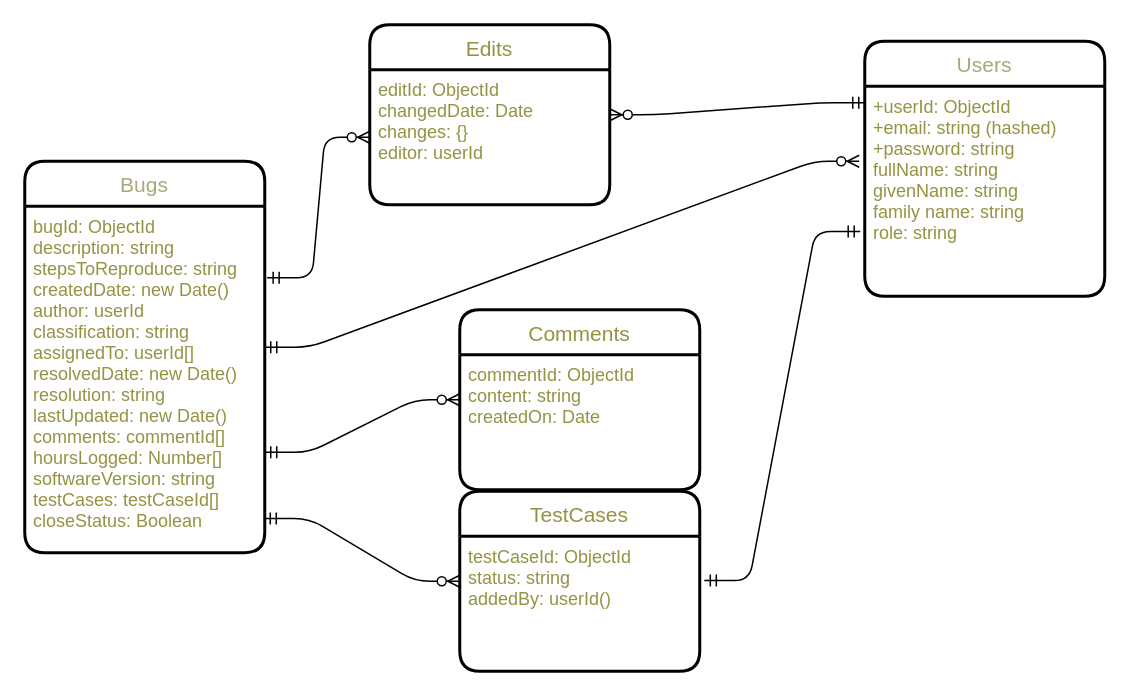
Earlier version of the draw.io diagram Labs/LAB02-02/ERD/erd.drawio (AntoineCrenshaw/Crenshaw-Issue-Tracker). Source tidied: cells renumbered, new cells numbered last; positions are measured from the earlier drawing's top-left corner, leaving out a move shared by most shapes. Both pictures are drawn from the tidied source at 150%, with x=0, y=0 at pixel (24, 24).
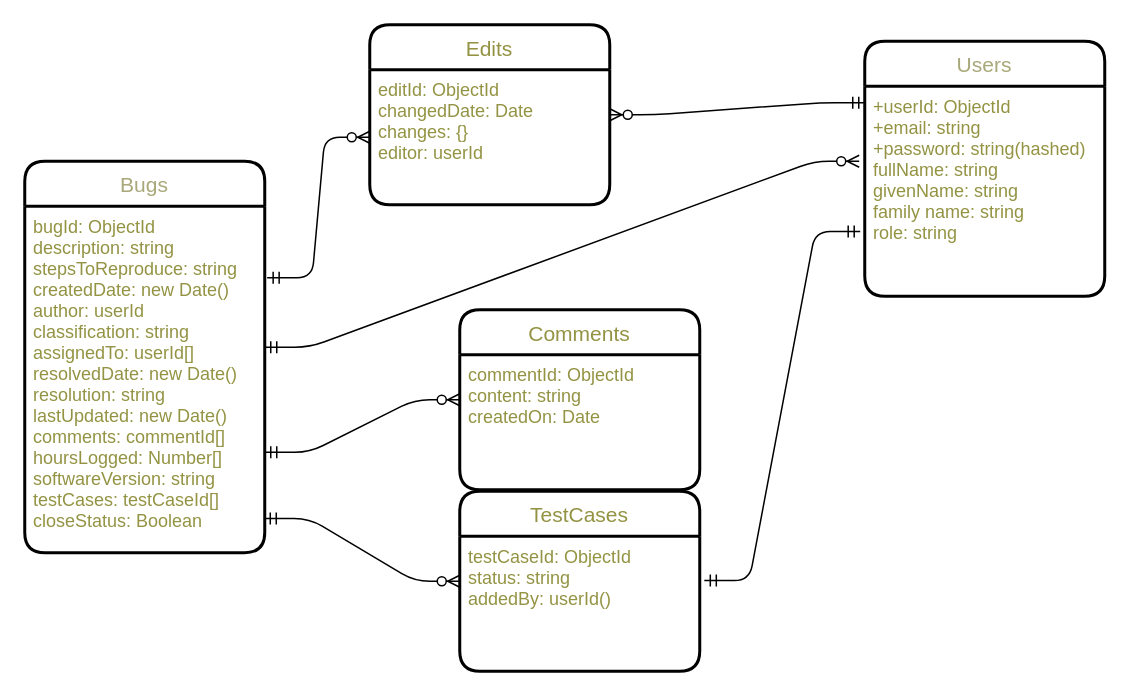
The same diagram, later.

Change to the diagram source:
```diff
@@
 <mxGraphModel>
   <root>
     <mxCell id="0" />
     <mxCell id="1" parent="0" />
     <mxCell id="2" value="Users" style="swimlane;horizontal=1;startSize=30;rounded=1;fontSize=14;fontStyle=0;strokeWidth=2;shadow=0;dashed=0;align=center;glass=0;fontColor=#a8a87a;" parent="1" vertex="1">
       <mxGeometry x="560" y="11" width="160" height="170" as="geometry" />
     </mxCell>
-    <mxCell id="3" value="+userId: ObjectId&#10;+email: string (hashed)&#10;+password: string&#10;fullName: string&#10;givenName: string&#10;family name: string&#10;role: string" style="align=left;strokeColor=none;fillColor=none;spacingLeft=4;fontSize=12;verticalAlign=top;rounded=0;glass=0;fontColor=#939343;" parent="2" vertex="1">
+    <mxCell id="3" value="+userId: ObjectId&#10;+email: string &#10;+password: string(hashed)&#10;fullName: string&#10;givenName: string&#10;family name: string&#10;role: string" style="align=left;strokeColor=none;fillColor=none;spacingLeft=4;fontSize=12;verticalAlign=top;rounded=0;glass=0;fontColor=#939343;" parent="2" vertex="1">
       <mxGeometry y="30" width="160" height="140" as="geometry" />
     </mxCell>
     <mxCell id="4" value="Bugs" style="swimlane;horizontal=1;startSize=30;rounded=1;fontSize=14;fontStyle=0;strokeWidth=2;shadow=0;dashed=0;align=center;glass=0;fontColor=#a8a87a;" parent="1" vertex="1">
       <mxGeometry y="91" width="160" height="261" as="geometry" />
     </mxCell>
     <mxCell id="5" value="bugId: ObjectId&#10;description: string&#10;stepsToReproduce: string&#10;createdDate: new Date()&#10;author: userId&#10;classification: string&#10;assignedTo: userId[]&#10;resolvedDate: new Date()&#10;resolution: string&#10;lastUpdated: new Date()&#10;comments: commentId[]&#10;hoursLogged: Number[]&#10;softwareVersion: string&#10;testCases: testCaseId[]&#10;closeStatus: Boolean&#10;" style="align=left;strokeColor=none;fillColor=none;spacingLeft=4;fontSize=12;verticalAlign=top;rounded=0;glass=0;fontColor=#939343;" parent="4" vertex="1">
       <mxGeometry y="30" width="160" height="231" as="geometry" />
     </mxCell>
     <mxCell id="6" value="Comments" style="swimlane;horizontal=1;startSize=30;rounded=1;fontSize=14;fontStyle=0;strokeWidth=2;shadow=0;dashed=0;align=center;glass=0;fontColor=#939343;" parent="1" vertex="1">
       <mxGeometry x="290" y="190" width="160" height="120" as="geometry" />
     </mxCell>
     <mxCell id="7" value="commentId: ObjectId&#10;content: string&#10;createdOn: Date" style="align=left;strokeColor=none;fillColor=none;spacingLeft=4;fontSize=12;verticalAlign=top;rounded=0;glass=0;fontColor=#939343;" parent="6" vertex="1">
       <mxGeometry y="30" width="160" height="90" as="geometry" />
     </mxCell>
     <mxCell id="8" style="edgeStyle=entityRelationEdgeStyle;fontSize=12;html=1;endArrow=ERzeroToMany;startArrow=ERmandOne;fontColor=#939343;exitX=1;exitY=0.5;exitDx=0;exitDy=0;entryX=-0.023;entryY=0.364;entryDx=0;entryDy=0;entryPerimeter=0;" parent="1" edge="1">
       <mxGeometry relative="1" as="geometry">
         <mxPoint x="160" y="215" as="sourcePoint" />
         <mxPoint x="556.3" y="91" as="targetPoint" />
       </mxGeometry>
     </mxCell>
     <mxCell id="9" style="edgeStyle=entityRelationEdgeStyle;fontSize=12;html=1;endArrow=ERzeroToMany;startArrow=ERmandOne;fontColor=#939343;exitX=1;exitY=0.75;exitDx=0;exitDy=0;entryX=0;entryY=0.333;entryDx=0;entryDy=0;entryPerimeter=0;" parent="1" edge="1" target="7">
       <mxGeometry relative="1" as="geometry">
         <mxPoint x="160" y="285" as="sourcePoint" />
       </mxGeometry>
     </mxCell>
     <mxCell id="10" value="TestCases" style="swimlane;horizontal=1;startSize=30;rounded=1;fontSize=14;fontStyle=0;strokeWidth=2;shadow=0;dashed=0;align=center;glass=0;fontColor=#939343;" parent="1" vertex="1">
       <mxGeometry x="290" y="311" width="160" height="120" as="geometry" />
     </mxCell>
     <mxCell id="11" value="testCaseId: ObjectId&#10;status: string&#10;addedBy: userId()" style="align=left;strokeColor=none;fillColor=none;spacingLeft=4;fontSize=12;verticalAlign=top;rounded=0;glass=0;fontColor=#939343;" parent="10" vertex="1">
       <mxGeometry y="30" width="160" height="90" as="geometry" />
     </mxCell>
     <mxCell id="12" style="edgeStyle=entityRelationEdgeStyle;fontSize=12;html=1;endArrow=ERmandOne;startArrow=ERmandOne;fontColor=#939343;exitX=1.019;exitY=0.328;exitDx=0;exitDy=0;exitPerimeter=0;entryX=-0.019;entryY=0.692;entryDx=0;entryDy=0;entryPerimeter=0;" parent="1" edge="1" source="11" target="3">
       <mxGeometry relative="1" as="geometry" />
     </mxCell>
     <mxCell id="13" style="edgeStyle=entityRelationEdgeStyle;fontSize=12;html=1;endArrow=ERzeroToMany;startArrow=ERmandOne;fontColor=#939343;exitX=0.998;exitY=0.901;exitDx=0;exitDy=0;exitPerimeter=0;entryX=0;entryY=0.333;entryDx=0;entryDy=0;entryPerimeter=0;" parent="1" edge="1" source="5" target="11">
       <mxGeometry relative="1" as="geometry" />
     </mxCell>
     <mxCell id="14" value="Edits" style="swimlane;horizontal=1;startSize=30;rounded=1;fontSize=14;fontStyle=0;strokeWidth=2;shadow=0;dashed=0;align=center;glass=0;fontColor=#939343;" parent="1" vertex="1">
       <mxGeometry x="230" width="160" height="120" as="geometry" />
     </mxCell>
     <mxCell id="15" value="editId: ObjectId&#10;changedDate: Date&#10;changes: {}&#10;editor: userId&#10;" style="align=left;strokeColor=none;fillColor=none;spacingLeft=4;fontSize=12;verticalAlign=top;rounded=0;glass=0;fontColor=#939343;" parent="14" vertex="1">
       <mxGeometry y="30" width="160" height="90" as="geometry" />
     </mxCell>
     <mxCell id="16" style="edgeStyle=entityRelationEdgeStyle;fontSize=12;html=1;endArrow=ERzeroToMany;startArrow=ERmandOne;fontColor=#939343;entryX=1;entryY=0.5;entryDx=0;entryDy=0;exitX=0;exitY=0.079;exitDx=0;exitDy=0;exitPerimeter=0;" parent="1" edge="1" source="3" target="14">
       <mxGeometry relative="1" as="geometry" />
     </mxCell>
     <mxCell id="17" style="edgeStyle=entityRelationEdgeStyle;fontSize=12;html=1;endArrow=ERzeroToMany;startArrow=ERmandOne;fontColor=#939343;entryX=0;entryY=0.5;entryDx=0;entryDy=0;exitX=1.01;exitY=0.206;exitDx=0;exitDy=0;exitPerimeter=0;" parent="1" edge="1" source="5" target="15">
       <mxGeometry relative="1" as="geometry" />
     </mxCell>
   </root>
 </mxGraphModel>
```
